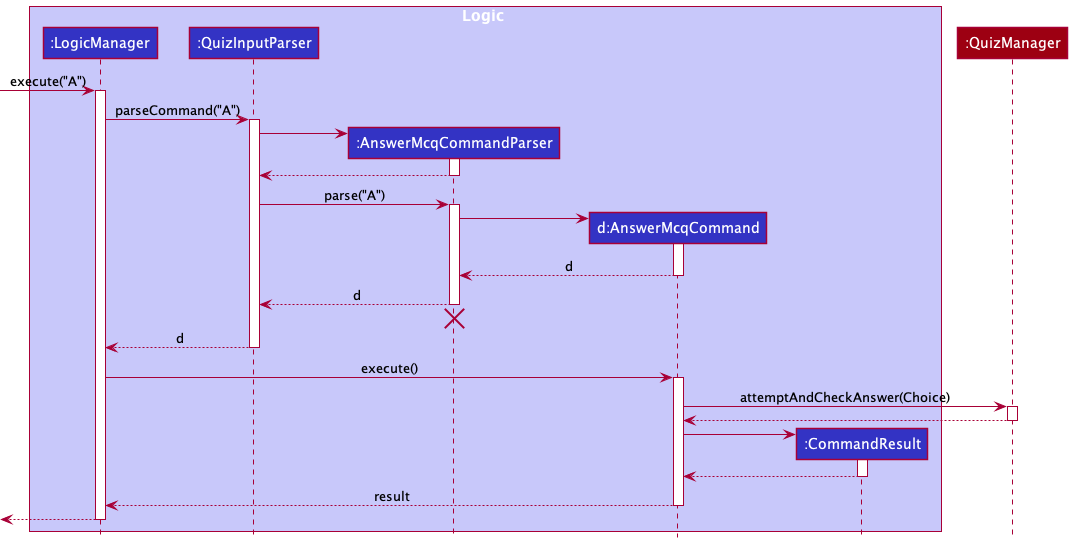
Before: docs/images/developer-guide/AnswerMcqCommandSequenceDiagram.png, a diagram exported from PlantUML (ryanpeh/SmartNUS). Its diagram source:
```plantuml
@startuml
!include style.puml

box Logic LOGIC_COLOR_T1
participant ":LogicManager" as LogicManager LOGIC_COLOR
participant ":QuizInputParser" as QuizInputParser LOGIC_COLOR
participant ":AnswerMcqCommandParser" as AnswerMcqCommandParser LOGIC_COLOR
participant "d:AnswerMcqCommand" as AnswerMcqCommand LOGIC_COLOR
participant ":CommandResult" as CommandResult LOGIC_COLOR
end box

participant ":QuizManager" as QuizManager MODEL_COLOR

[-> LogicManager : execute("A")
activate LogicManager

LogicManager -> QuizInputParser : parseCommand("A")
activate QuizInputParser

create AnswerMcqCommandParser
QuizInputParser -> AnswerMcqCommandParser
activate AnswerMcqCommandParser

AnswerMcqCommandParser --> QuizInputParser
deactivate AnswerMcqCommandParser

QuizInputParser -> AnswerMcqCommandParser : parse("A")
activate AnswerMcqCommandParser

create AnswerMcqCommand
AnswerMcqCommandParser -> AnswerMcqCommand
activate AnswerMcqCommand

AnswerMcqCommand --> AnswerMcqCommandParser : d
deactivate AnswerMcqCommand

AnswerMcqCommandParser --> QuizInputParser : d
deactivate AnswerMcqCommandParser
AnswerMcqCommandParser -[hidden]-> QuizInputParser
destroy AnswerMcqCommandParser

QuizInputParser --> LogicManager : d
deactivate QuizInputParser

LogicManager -> AnswerMcqCommand : execute()
activate AnswerMcqCommand

AnswerMcqCommand -> QuizManager : attemptAndCheckAnswer(Choice)
activate QuizManager

QuizManager --> AnswerMcqCommand
deactivate QuizManager

create CommandResult
AnswerMcqCommand -> CommandResult
activate CommandResult

CommandResult --> AnswerMcqCommand
deactivate CommandResult

AnswerMcqCommand --> LogicManager : result
deactivate AnswerMcqCommand

[<--LogicManager
deactivate LogicManager
@enduml
```
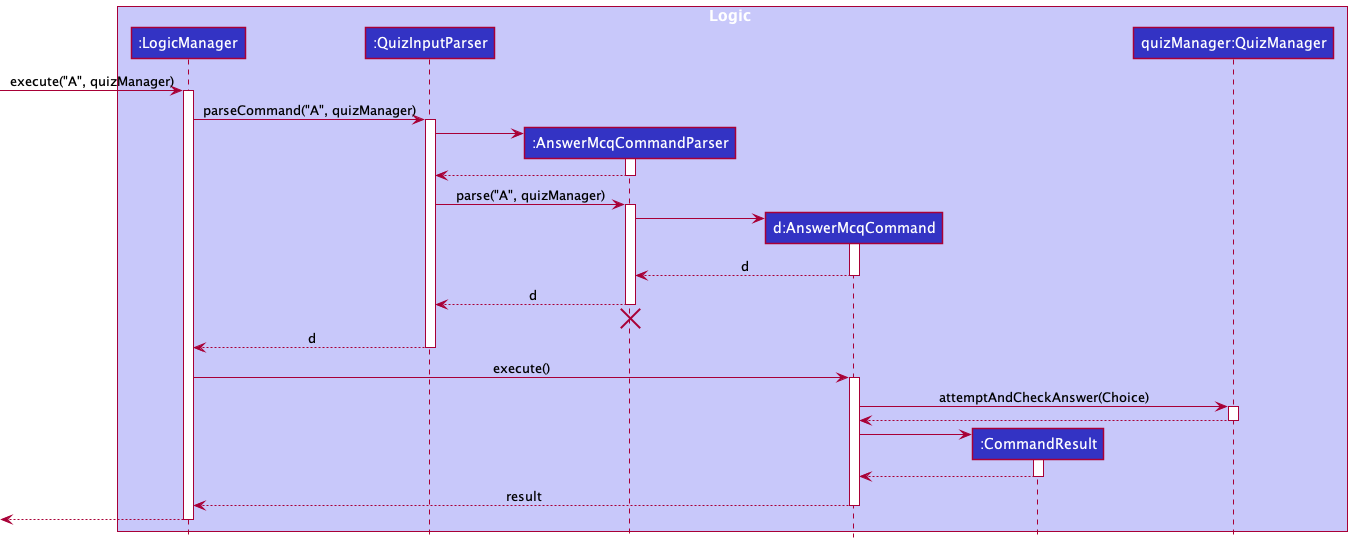
After the change.

Change to the diagram source:
```diff
@@ -7,14 +7,13 @@
 participant ":AnswerMcqCommandParser" as AnswerMcqCommandParser LOGIC_COLOR
 participant "d:AnswerMcqCommand" as AnswerMcqCommand LOGIC_COLOR
 participant ":CommandResult" as CommandResult LOGIC_COLOR
+participant "quizManager:QuizManager" as QuizManager LOGIC_COLOR
 end box
 
-participant ":QuizManager" as QuizManager MODEL_COLOR
-
-[-> LogicManager : execute("A")
+[-> LogicManager : execute("A", quizManager)
 activate LogicManager
 
-LogicManager -> QuizInputParser : parseCommand("A")
+LogicManager -> QuizInputParser : parseCommand("A", quizManager)
 activate QuizInputParser
 
 create AnswerMcqCommandParser
@@ -24,7 +23,7 @@
 AnswerMcqCommandParser --> QuizInputParser
 deactivate AnswerMcqCommandParser
 
-QuizInputParser -> AnswerMcqCommandParser : parse("A")
+QuizInputParser -> AnswerMcqCommandParser : parse("A", quizManager)
 activate AnswerMcqCommandParser
 
 create AnswerMcqCommand
```
